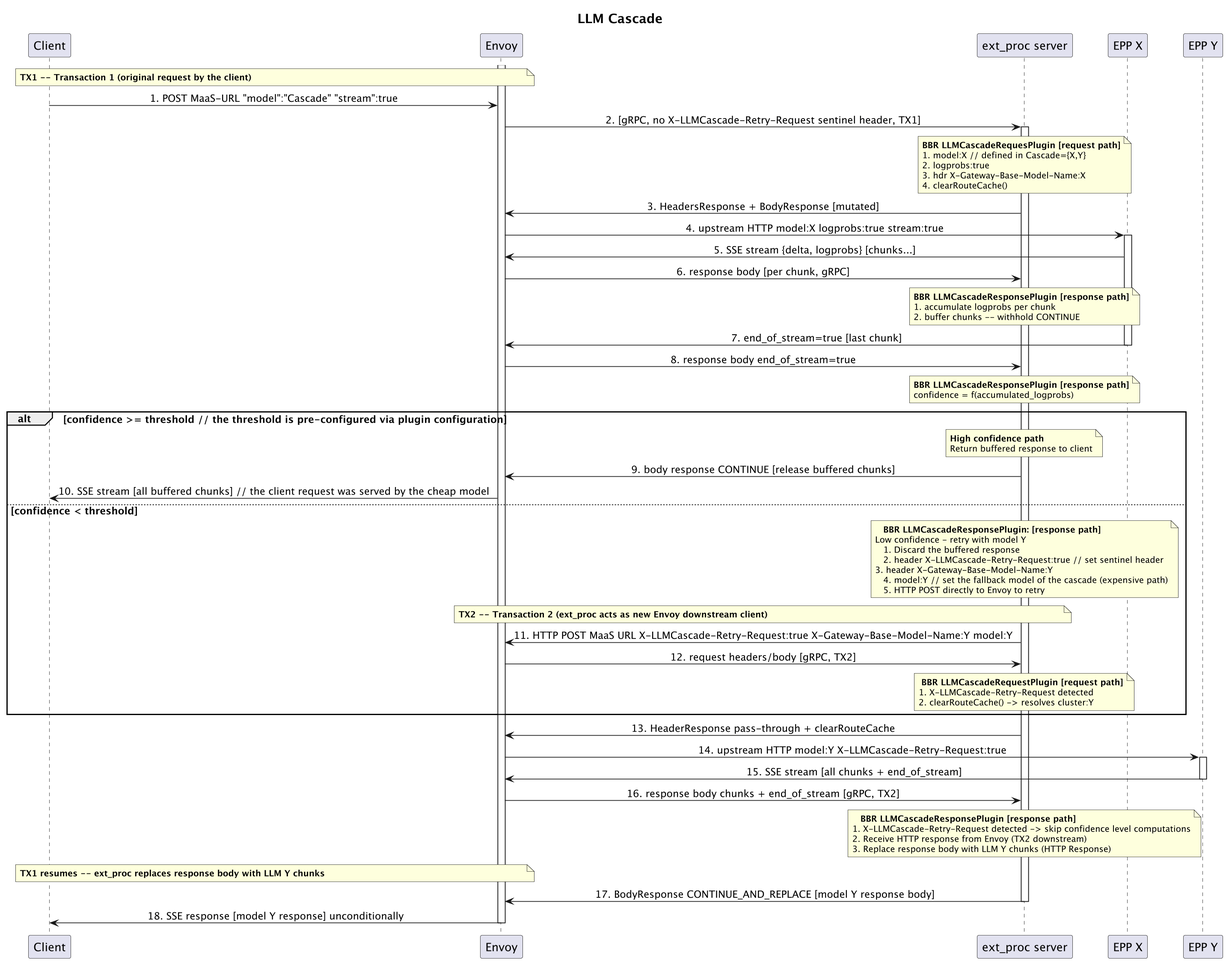
davidbreitgand/diagrams keeps this PlantUML diagram as LLMCascade.png. Above is the earlier version.
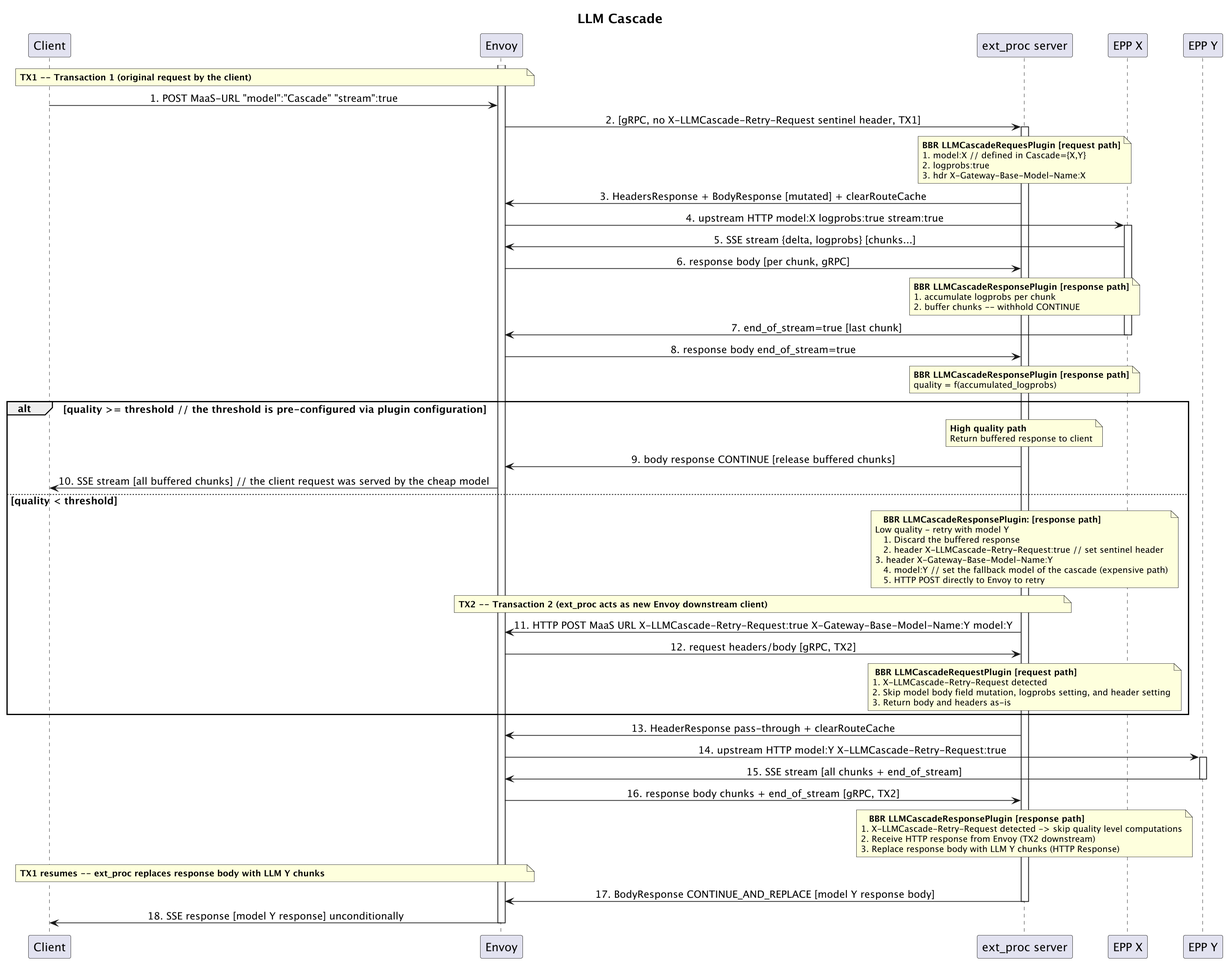
Later version of the same file.

What changed in the source:
```diff
@@ -34,9 +34,8 @@
   1. model:X // defined in Cascade={X,Y}
   2. logprobs:true
   3. hdr X-Gateway-Base-Model-Name:X
-  4. clearRouteCache()
 end note
-ext_proc -> envoy: 3. HeadersResponse + BodyResponse [mutated]
+ext_proc -> envoy: 3. HeadersResponse + BodyResponse [mutated] + clearRouteCache
 envoy -> epp_cx: 4. upstream HTTP model:X logprobs:true stream:true
 activate epp_cx
 epp_cx -> envoy: 5. SSE stream {delta, logprobs} [chunks...]
@@ -51,20 +50,20 @@
 envoy -> ext_proc: 8. response body end_of_stream=true
 note over ext_proc
   **BBR LLMCascadeResponsePlugin [response path]**
-  confidence = f(accumulated_logprobs)
+  quality = f(accumulated_logprobs)
 end note
 
-alt confidence >= threshold // the threshold is pre-configured via plugin configuration
+alt quality >= threshold // the threshold is pre-configured via plugin configuration
   note over ext_proc
-    **High confidence path**
+    **High quality path**
     Return buffered response to client
   end note
   ext_proc -> envoy: 9. body response CONTINUE [release buffered chunks]
   envoy -> client: 10. SSE stream [all buffered chunks] // the client request was served by the cheap model
-else confidence < threshold
+else quality < threshold
   note over ext_proc
     **BBR LLMCascadeResponsePlugin: [response path]**
-	Low confidence - retry with model Y
+	Low quality - retry with model Y
     1. Discard the buffered response
     2. header X-LLMCascade-Retry-Request:true // set sentinel header
 	3. header X-Gateway-Base-Model-Name:Y
@@ -79,7 +78,8 @@
   note over ext_proc
     **BBR LLMCascadeRequestPlugin [request path]**
    1. X-LLMCascade-Retry-Request detected
-   2. clearRouteCache() -> resolves cluster:Y
+   2. Skip model body field mutation, logprobs setting, and header setting
+   3. Return body and headers as-is
   end note
 end
   ext_proc -> envoy: 13. HeaderResponse pass-through + clearRouteCache
@@ -90,7 +90,7 @@
   envoy -> ext_proc: 16. response body chunks + end_of_stream [gRPC, TX2]
   note over ext_proc
     **BBR LLMCascadeResponsePlugin [response path]**
- 1. X-LLMCascade-Retry-Request detected -> skip confidence level computations
+ 1. X-LLMCascade-Retry-Request detected -> skip quality level computations
  2. Receive HTTP response from Envoy (TX2 downstream)
  3. Replace response body with LLM Y chunks (HTTP Response)
   end note
```
